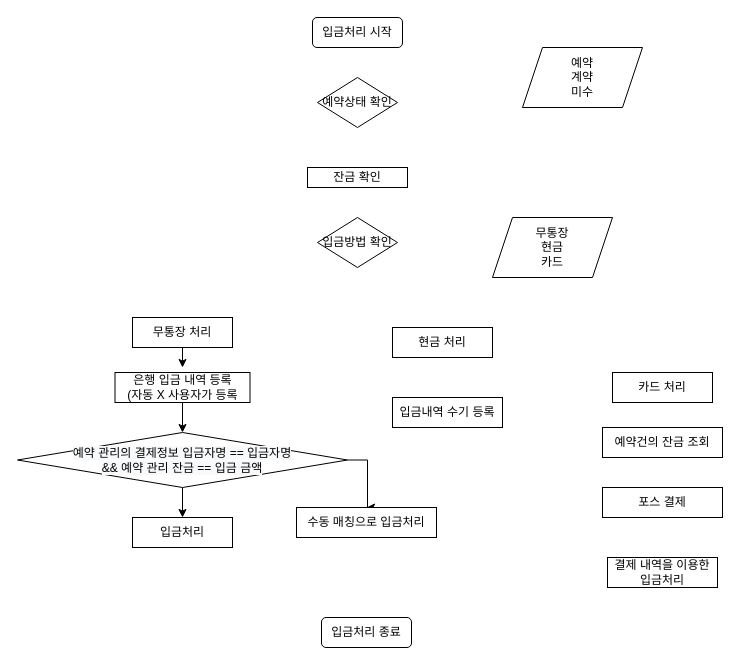
The draw.io diagram page "입금" (2 of 4) of 제목 없는 다이어그램.drawio in nsnnsn12/TestProject, before the edit. Source tidied: cells renumbered, new cells numbered last; positions are measured from the earlier drawing's top-left corner, leaving out a move shared by most shapes. Both pictures are drawn from the tidied source at 100%, with x=0, y=0 at pixel (17, 17).
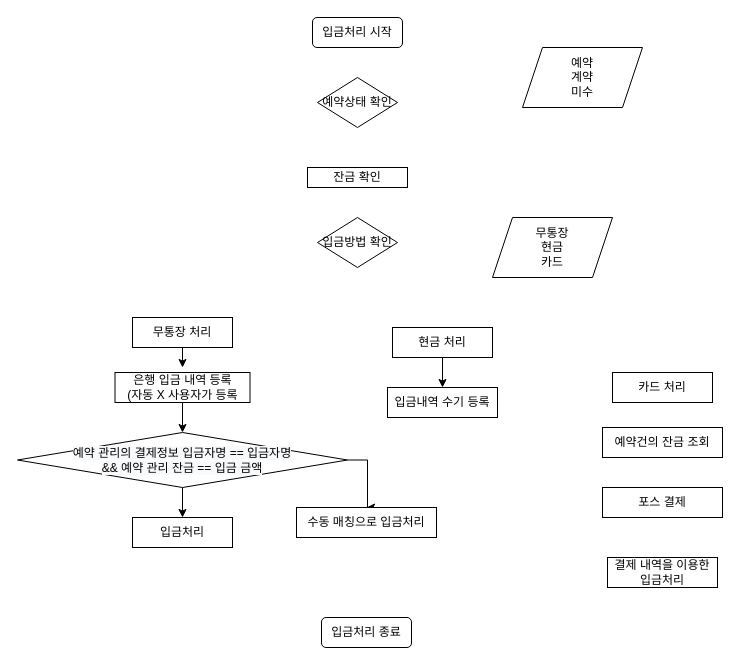
After the change.

Unchanged cells that the change refers to:
```xml
<mxCell id="11" value="현금 처리" style="rounded=0;whiteSpace=wrap;html=1;" parent="1" vertex="1">
  <mxGeometry x="375" y="310" width="100" height="30" as="geometry" />
</mxCell>
```

What changed in the source:
```diff
@@
+    <mxCell id="24" style="edgeStyle=orthogonalEdgeStyle;rounded=0;jettySize=auto;html=1;exitX=0.5;exitY=1;exitDx=0;exitDy=0;" parent="1" edge="1" source="11" target="23">
+      <mxGeometry relative="1" as="geometry" />
+    </mxCell>
@@
     <mxCell id="23" value="입금내역 수기 등록" style="rounded=0;whiteSpace=wrap;html=1;" parent="1" vertex="1">
-      <mxGeometry x="375" y="380" width="110" height="30" as="geometry" />
+      <mxGeometry x="370" y="370" width="110" height="30" as="geometry" />
     </mxCell>
```
